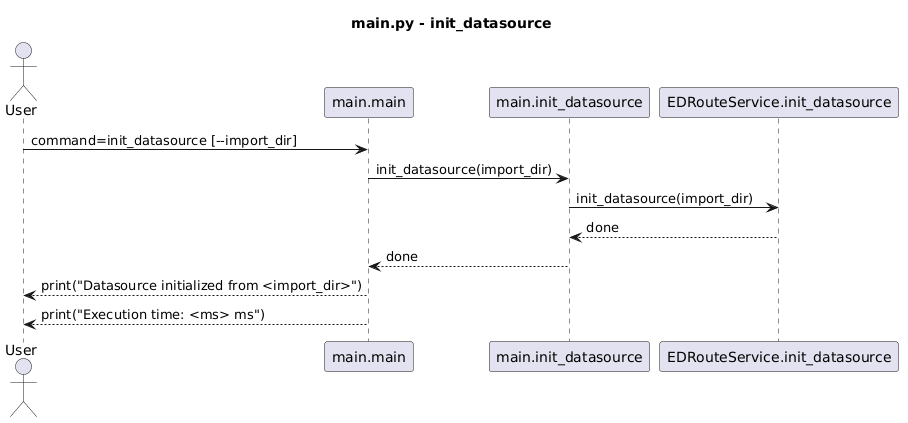
This is docs/main_sequences/main_init_datasource.png from fazleskhan/elite_dangerous_discord_tools, a PlantUML export, as it was before one commit.
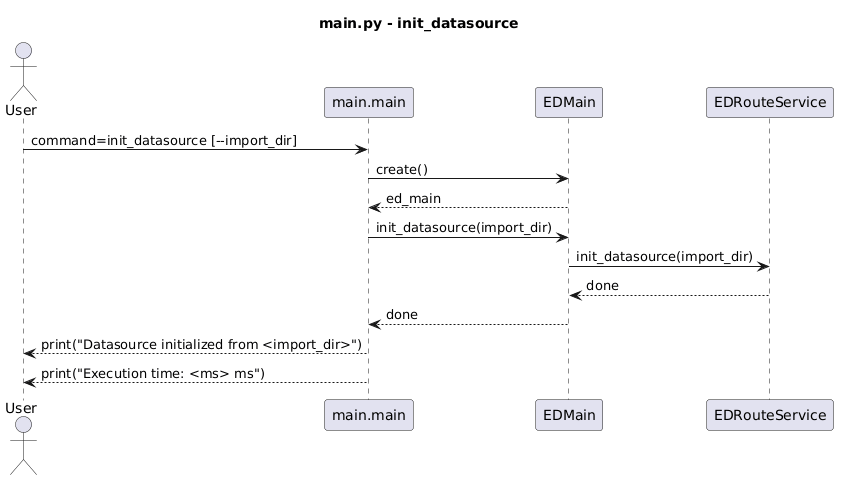
Later version of the same file.

Diff of the diagram source:
```diff
@@ -3,14 +3,16 @@
 
 actor User
 participant "main.main" as Main
-participant "main.init_datasource" as Init
-participant "EDRouteService.init_datasource" as Route
+participant "EDMain" as EDMain
+participant "EDRouteService" as Route
 
 User -> Main : command=init_datasource [--import_dir]
-Main -> Init : init_datasource(import_dir)
-Init -> Route : init_datasource(import_dir)
-Route --> Init : done
-Init --> Main : done
+Main -> EDMain : create()
+EDMain --> Main : ed_main
+Main -> EDMain : init_datasource(import_dir)
+EDMain -> Route : init_datasource(import_dir)
+Route --> EDMain : done
+EDMain --> Main : done
 Main --> User : print("Datasource initialized from <import_dir>")
 Main --> User : print("Execution time: <ms> ms")
 @enduml
```
